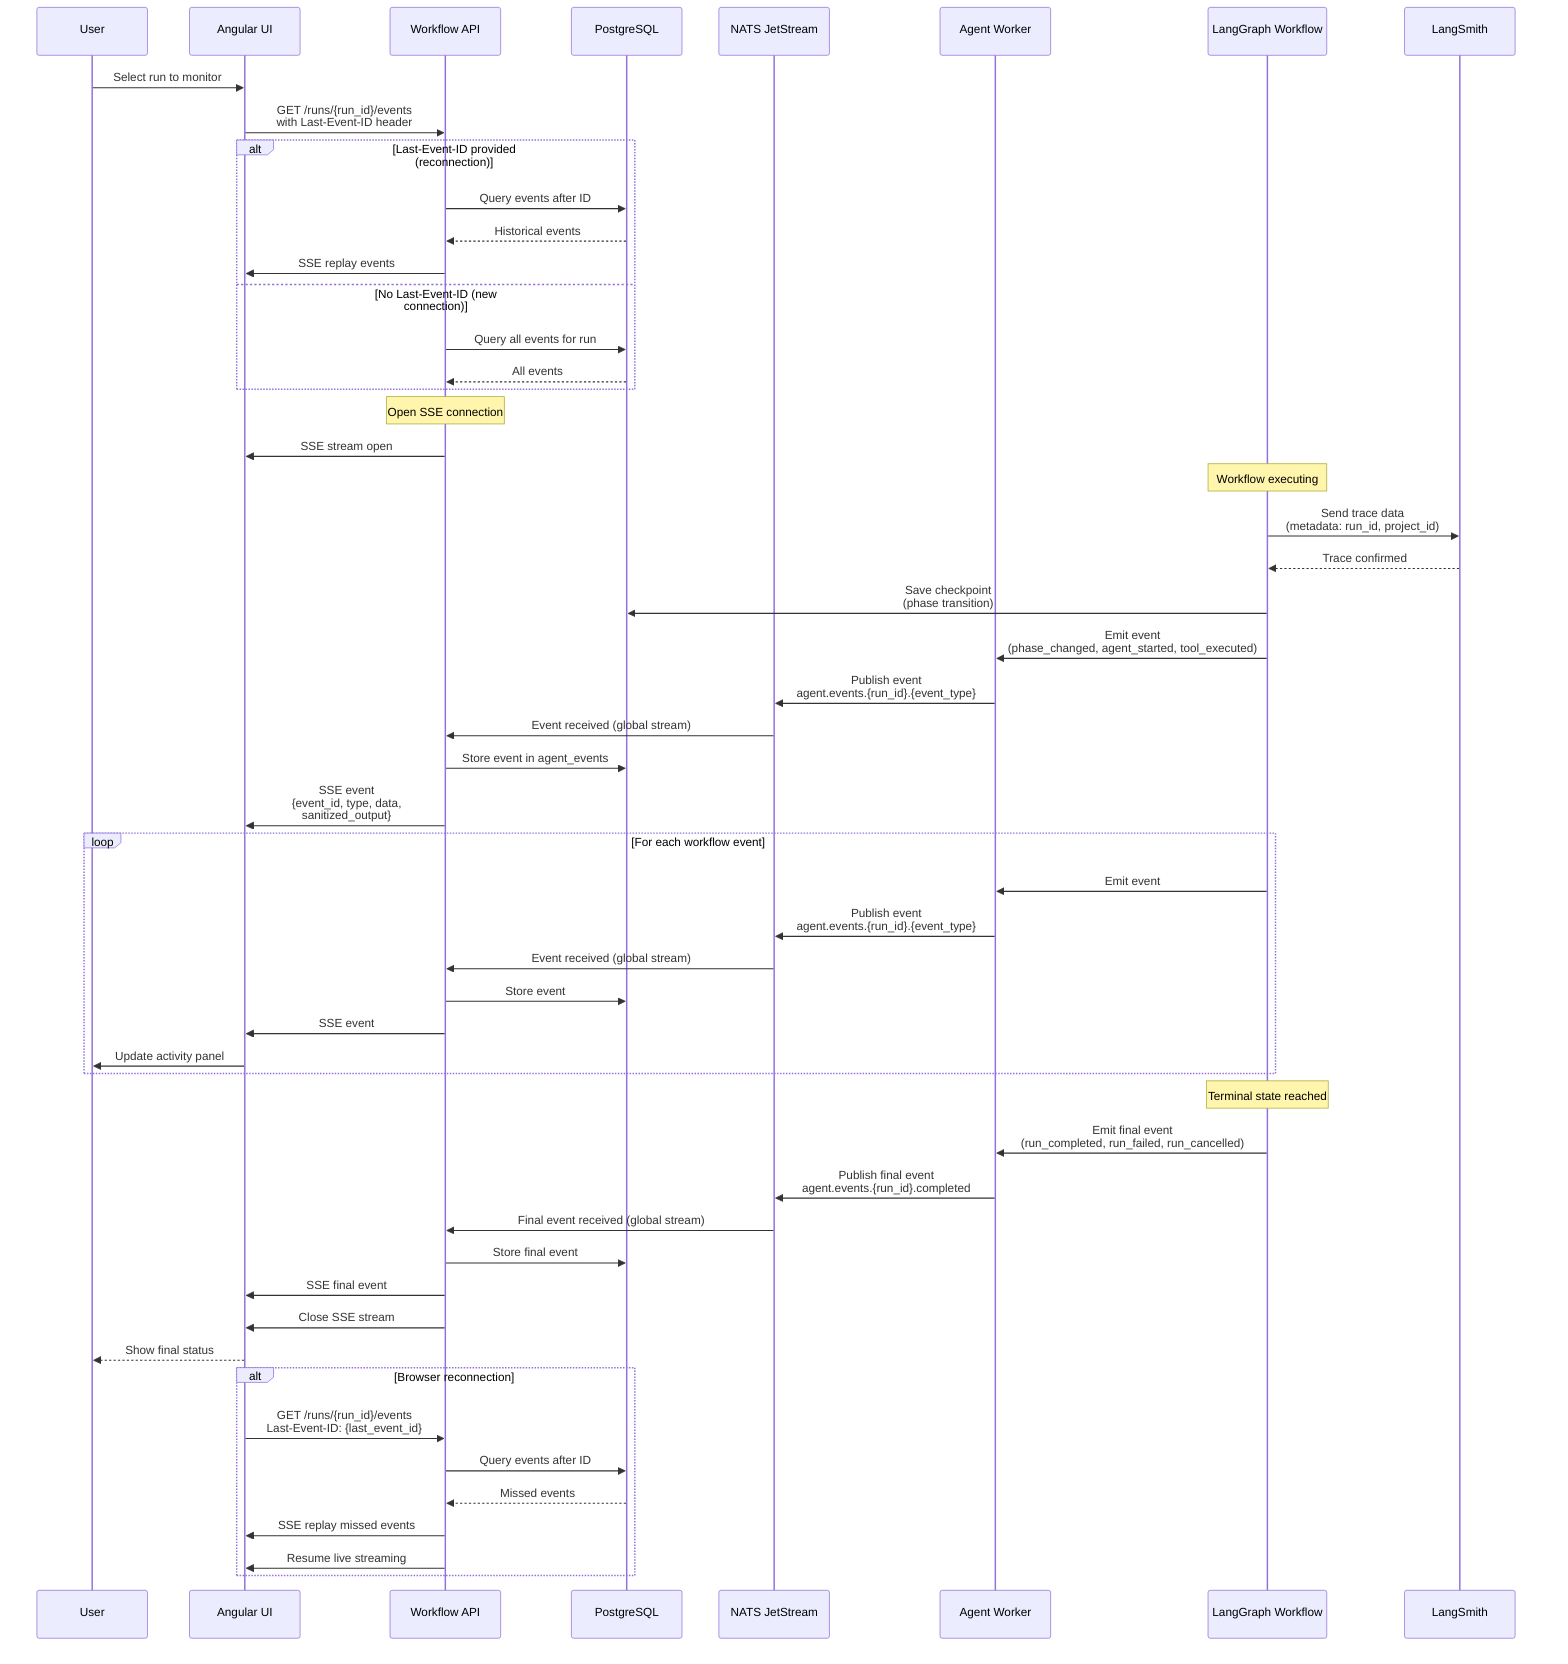
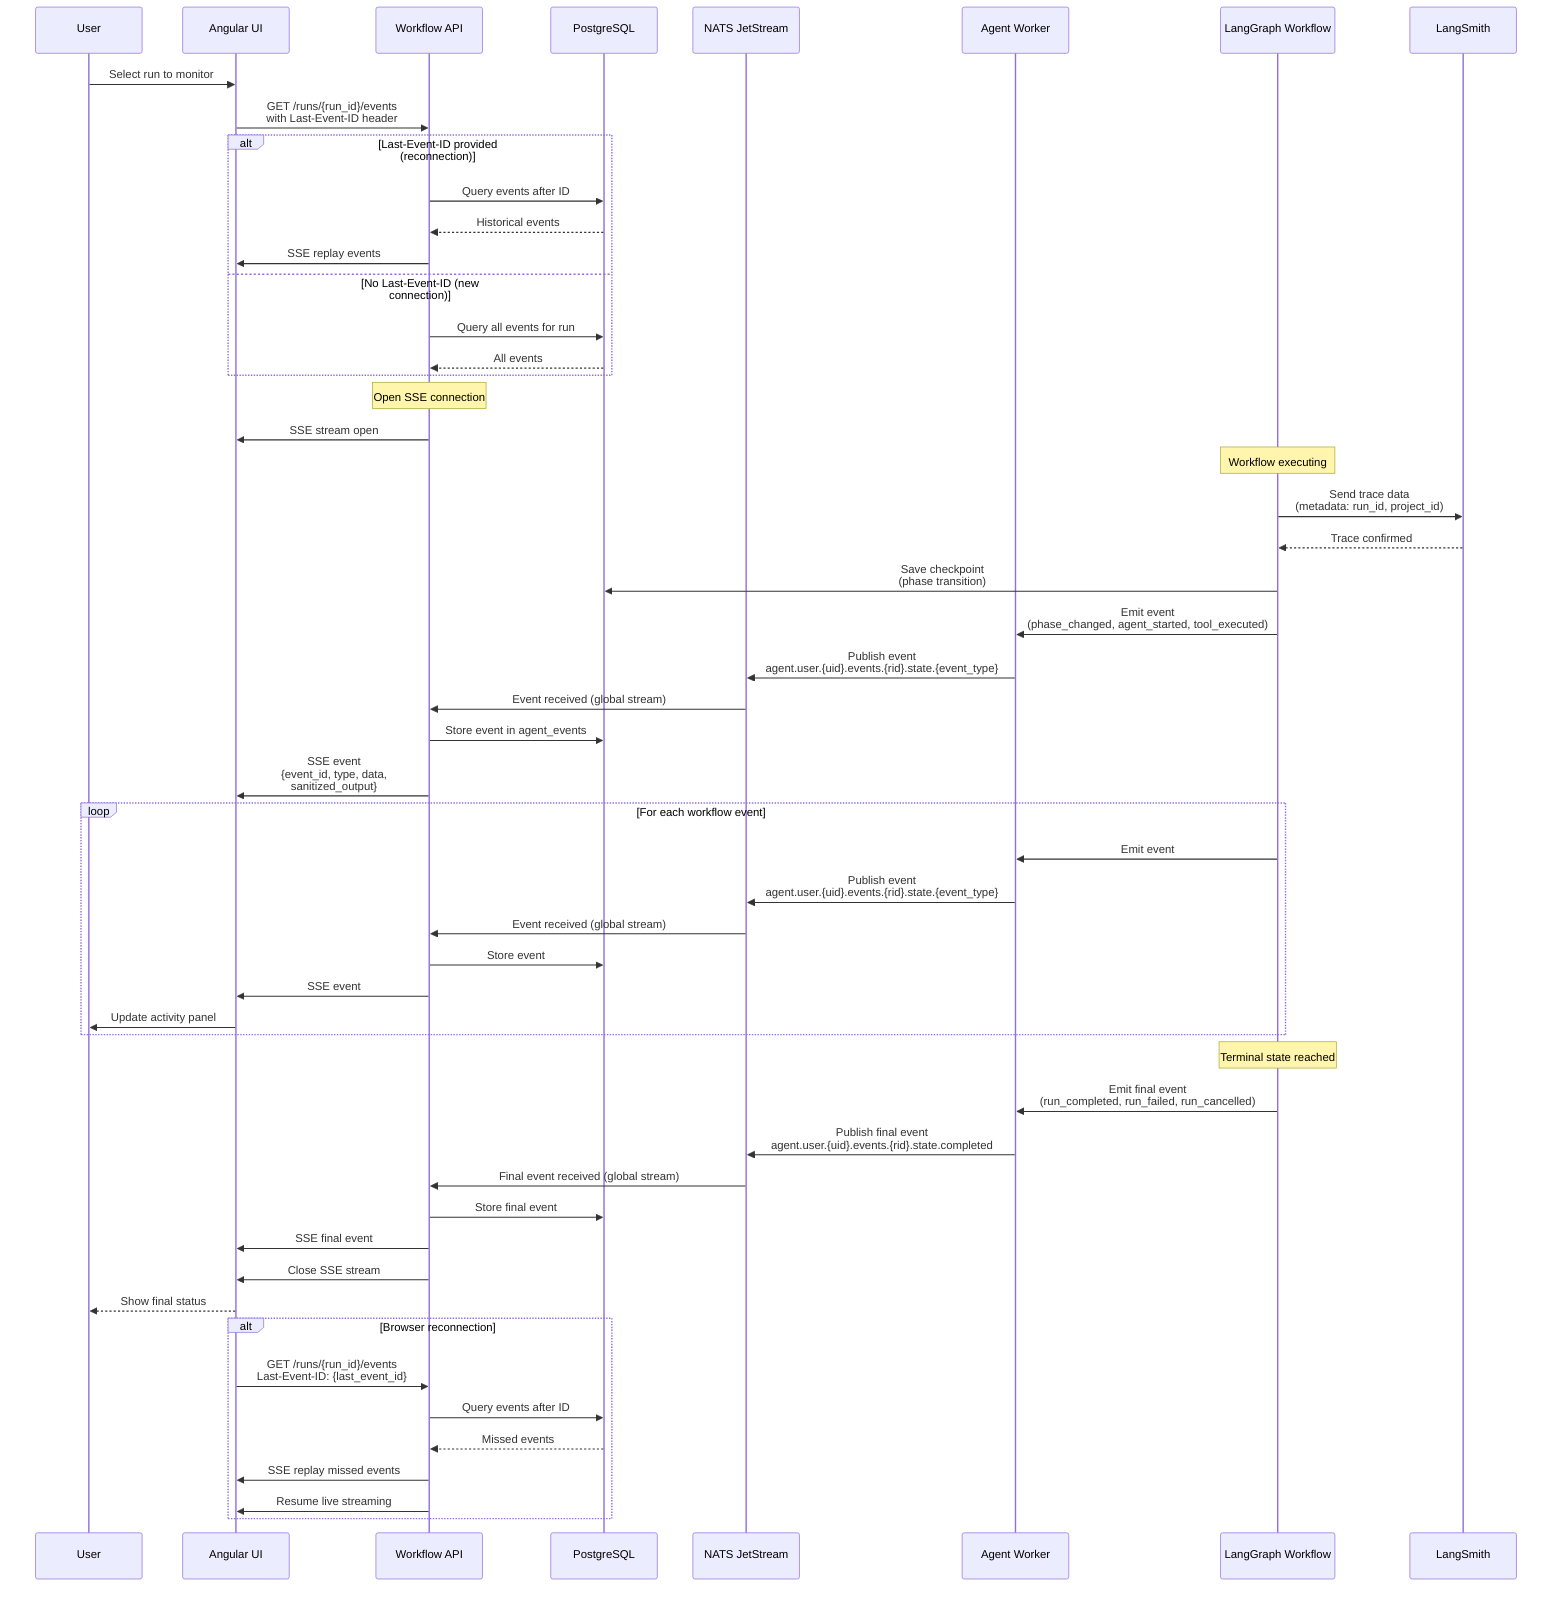
sequenceDiagram
    participant User
    participant WebUI as Angular UI
    participant WorkflowAPI as Workflow API
    participant PostgreSQL as PostgreSQL
    participant NATS as NATS JetStream
    participant Worker as Agent Worker
    participant LangGraph as LangGraph Workflow
    participant LangSmith as LangSmith

    User->>WebUI: Select run to monitor
    WebUI->>WorkflowAPI: GET /runs/{run_id}/events<br/>with Last-Event-ID header

    alt Last-Event-ID provided (reconnection)
        WorkflowAPI->>PostgreSQL: Query events after ID
        PostgreSQL-->>WorkflowAPI: Historical events
        WorkflowAPI->>WebUI: SSE replay events
    else No Last-Event-ID (new connection)
        WorkflowAPI->>PostgreSQL: Query all events for run
        PostgreSQL-->>WorkflowAPI: All events
    end

    Note over WorkflowAPI: Open SSE connection
    WorkflowAPI->>WebUI: SSE stream open

    Note over LangGraph: Workflow executing
    LangGraph->>LangSmith: Send trace data<br/>(metadata: run_id, project_id)
    LangSmith-->>LangGraph: Trace confirmed

    LangGraph->>PostgreSQL: Save checkpoint<br/>(phase transition)
    LangGraph->>Worker: Emit event<br/>(phase_changed, agent_started, tool_executed)
-     Worker->>NATS: Publish event<br/>agent.events.{run_id}.{event_type}
+     Worker->>NATS: Publish event<br/>agent.user.{uid}.events.{rid}.state.{event_type}
    NATS->>WorkflowAPI: Event received (global stream)
    WorkflowAPI->>PostgreSQL: Store event in agent_events
    WorkflowAPI->>WebUI: SSE event<br/>{event_id, type, data,<br/>sanitized_output}

    loop For each workflow event
        LangGraph->>Worker: Emit event
-         Worker->>NATS: Publish event<br/>agent.events.{run_id}.{event_type}
+         Worker->>NATS: Publish event<br/>agent.user.{uid}.events.{rid}.state.{event_type}
        NATS->>WorkflowAPI: Event received (global stream)
        WorkflowAPI->>PostgreSQL: Store event
        WorkflowAPI->>WebUI: SSE event
        WebUI->>User: Update activity panel
    end

    Note over LangGraph: Terminal state reached
    LangGraph->>Worker: Emit final event<br/>(run_completed, run_failed, run_cancelled)
-     Worker->>NATS: Publish final event<br/>agent.events.{run_id}.completed
+     Worker->>NATS: Publish final event<br/>agent.user.{uid}.events.{rid}.state.completed
    NATS->>WorkflowAPI: Final event received (global stream)
    WorkflowAPI->>PostgreSQL: Store final event
    WorkflowAPI->>WebUI: SSE final event
    WorkflowAPI->>WebUI: Close SSE stream
    WebUI-->>User: Show final status

    alt Browser reconnection
        WebUI->>WorkflowAPI: GET /runs/{run_id}/events<br/>Last-Event-ID: {last_event_id}
        WorkflowAPI->>PostgreSQL: Query events after ID
        PostgreSQL-->>WorkflowAPI: Missed events
        WorkflowAPI->>WebUI: SSE replay missed events
        WorkflowAPI->>WebUI: Resume live streaming
    end
